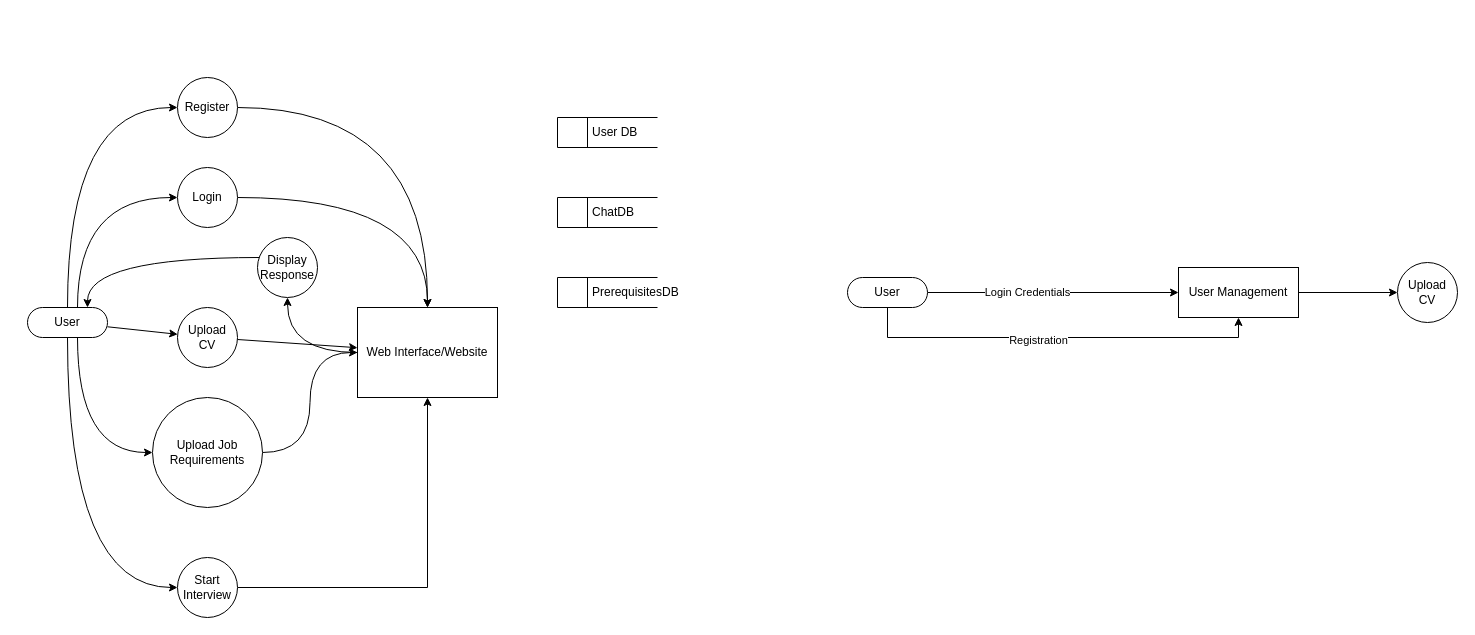
The draw.io diagram page "Data Flow Diagram" (5 of 8) of licenta.drawio in Sory-Noroc/Smart-Interview-Coach, before the edit. Source tidied: cells renumbered, new cells numbered last; positions are measured from the earlier drawing's top-left corner, leaving out a move shared by most shapes. Both pictures are drawn from the tidied source at 100%, with x=0, y=0 at pixel (27, 77).
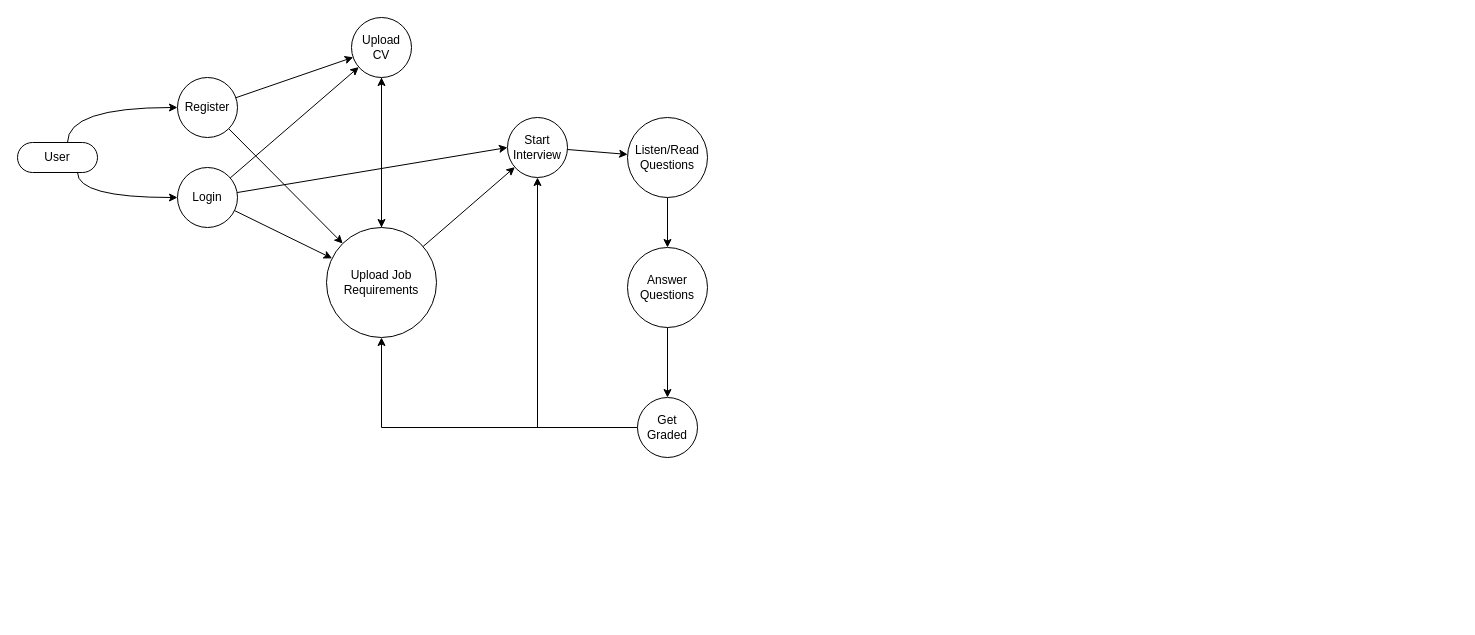
The same page after the edit.

Unchanged cells that the change refers to:
```xml
<mxCell id="9" value="Login" style="shape=ellipse;html=1;dashed=0;whiteSpace=wrap;perimeter=ellipsePerimeter;" parent="1" vertex="1">
  <mxGeometry x="150" y="90" width="60" height="60" as="geometry" />
</mxCell>
<mxCell id="11" value="Register" style="shape=ellipse;html=1;dashed=0;whiteSpace=wrap;perimeter=ellipsePerimeter;" parent="1" vertex="1">
  <mxGeometry x="150" width="60" height="60" as="geometry" />
</mxCell>
```

What changed in the source:
```diff
@@
-    <mxCell id="4" style="edgeStyle=orthogonalEdgeStyle;rounded=0;jettySize=auto;html=1;curved=1;" parent="1" edge="1" source="7" target="15">
-      <mxGeometry relative="1" as="geometry">
-        <Array as="points">
-          <mxPoint x="50" y="375" />
-        </Array>
-      </mxGeometry>
-    </mxCell>
-    <mxCell id="5" style="edgeStyle=orthogonalEdgeStyle;rounded=0;jettySize=auto;html=1;curved=1;" parent="1" edge="1" source="7" target="13">
-      <mxGeometry relative="1" as="geometry">
-        <Array as="points">
-          <mxPoint x="40" y="510" />
-        </Array>
-      </mxGeometry>
-    </mxCell>
-    <mxCell id="6" style="rounded=0;jettySize=auto;html=1;" parent="1" edge="1" source="7" target="22">
-      <mxGeometry relative="1" as="geometry" />
-    </mxCell>
     <mxCell id="7" value="User" style="html=1;dashed=0;whiteSpace=wrap;shape=mxgraph.dfd.start;" parent="1" vertex="1">
-      <mxGeometry y="230" width="80" height="30" as="geometry" />
+      <mxGeometry x="-10" y="65" width="80" height="30" as="geometry" />
     </mxCell>
-    <mxCell id="8" style="edgeStyle=orthogonalEdgeStyle;rounded=0;jettySize=auto;html=1;curved=1;" parent="1" edge="1" source="9" target="17">
-      <mxGeometry relative="1" as="geometry" />
-    </mxCell>
+    <mxCell id="33" style="rounded=0;jettySize=auto;html=1;" parent="1" edge="1" source="9" target="22">
+      <mxGeometry relative="1" as="geometry" />
+    </mxCell>
+    <mxCell id="34" style="rounded=0;jettySize=auto;html=1;entryX=0;entryY=0.5;entryDx=0;entryDy=0;" parent="1" edge="1" source="9" target="13">
+      <mxGeometry relative="1" as="geometry" />
+    </mxCell>
+    <mxCell id="35" style="rounded=0;jettySize=auto;html=1;" parent="1" edge="1" source="9" target="15">
+      <mxGeometry relative="1" as="geometry" />
+    </mxCell>
@@
-    <mxCell id="10" style="edgeStyle=orthogonalEdgeStyle;rounded=0;jettySize=auto;html=1;curved=1;" parent="1" edge="1" source="11" target="17">
-      <mxGeometry relative="1" as="geometry" />
-    </mxCell>
+    <mxCell id="36" style="rounded=0;jettySize=auto;html=1;" parent="1" edge="1" source="11" target="22">
+      <mxGeometry relative="1" as="geometry" />
+    </mxCell>
+    <mxCell id="37" style="rounded=0;jettySize=auto;html=1;" parent="1" edge="1" source="11" target="15">
+      <mxGeometry relative="1" as="geometry" />
+    </mxCell>
@@
-    <mxCell id="12" style="edgeStyle=orthogonalEdgeStyle;rounded=0;jettySize=auto;html=1;" parent="1" edge="1" source="13" target="17">
-      <mxGeometry relative="1" as="geometry" />
-    </mxCell>
+    <mxCell id="38" style="rounded=0;jettySize=auto;html=1;" parent="1" edge="1" source="13" target="43">
+      <mxGeometry relative="1" as="geometry" />
+    </mxCell>
     <mxCell id="13" value="Start Interview" style="shape=ellipse;html=1;dashed=0;whiteSpace=wrap;perimeter=ellipsePerimeter;" parent="1" vertex="1">
-      <mxGeometry x="150" y="480" width="60" height="60" as="geometry" />
+      <mxGeometry x="480" y="40" width="60" height="60" as="geometry" />
     </mxCell>
-    <mxCell id="14" style="edgeStyle=orthogonalEdgeStyle;rounded=0;jettySize=auto;html=1;curved=1;" parent="1" edge="1" source="15" target="17">
-      <mxGeometry relative="1" as="geometry" />
-    </mxCell>
+    <mxCell id="39" style="rounded=0;jettySize=auto;html=1;" parent="1" edge="1" source="15" target="13">
+      <mxGeometry relative="1" as="geometry" />
+    </mxCell>
+    <mxCell id="40" style="edgeStyle=orthogonalEdgeStyle;rounded=0;jettySize=auto;html=1;" parent="1" edge="1" source="15" target="22">
+      <mxGeometry relative="1" as="geometry" />
+    </mxCell>
-    <mxCell id="15" value="Upload Job Requirements" style="shape=ellipse;html=1;dashed=0;whiteSpace=wrap;perimeter=ellipsePerimeter;" parent="1" vertex="1">
-      <mxGeometry x="125" y="320" width="110" height="110" as="geometry" />
+    <mxCell id="15" value="Upload Job Requirements" style="shape=ellipse;html=1;dashed=0;whiteSpace=wrap;perimeter=ellipsePerimeter;direction=south;" parent="1" vertex="1">
+      <mxGeometry x="299" y="150" width="110" height="110" as="geometry" />
     </mxCell>
-    <mxCell id="16" style="edgeStyle=orthogonalEdgeStyle;rounded=0;jettySize=auto;html=1;curved=1;" parent="1" edge="1" source="17" target="20">
-      <mxGeometry relative="1" as="geometry" />
-    </mxCell>
-    <mxCell id="17" value="Web Interface/Website" style="html=1;dashed=0;whiteSpace=wrap;" parent="1" vertex="1">
-      <mxGeometry x="330" y="230" width="140" height="90" as="geometry" />
-    </mxCell>
-    <mxCell id="18" value="&lt;span style=&quot;white-space: pre;&quot;&gt;&#9;&lt;/span&gt;&amp;nbsp;User DB" style="html=1;dashed=0;whiteSpace=wrap;shape=mxgraph.dfd.dataStoreID;align=left;spacingLeft=3;" parent="1" vertex="1">
-      <mxGeometry x="530" y="40" width="100" height="30" as="geometry" />
-    </mxCell>
-    <mxCell id="19" style="rounded=0;jettySize=auto;html=1;edgeStyle=orthogonalEdgeStyle;curved=1;" parent="1" edge="1" source="20" target="7">
-      <mxGeometry relative="1" as="geometry">
-        <Array as="points">
-          <mxPoint x="60" y="180" />
-        </Array>
-      </mxGeometry>
-    </mxCell>
-    <mxCell id="20" value="Display Response" style="shape=ellipse;html=1;dashed=0;whiteSpace=wrap;perimeter=ellipsePerimeter;" parent="1" vertex="1">
-      <mxGeometry x="230" y="160" width="60" height="60" as="geometry" />
-    </mxCell>
-    <mxCell id="21" style="rounded=0;jettySize=auto;html=1;" parent="1" edge="1" source="22" target="17">
-      <mxGeometry relative="1" as="geometry" />
-    </mxCell>
+    <mxCell id="41" style="rounded=0;jettySize=auto;html=1;" parent="1" edge="1" source="22" target="15">
+      <mxGeometry relative="1" as="geometry" />
+    </mxCell>
     <mxCell id="22" value="Upload CV" style="shape=ellipse;html=1;dashed=0;whiteSpace=wrap;perimeter=ellipsePerimeter;" parent="1" vertex="1">
-      <mxGeometry x="150" y="230" width="60" height="60" as="geometry" />
+      <mxGeometry x="324" y="-60" width="60" height="60" as="geometry" />
     </mxCell>
-    <mxCell id="23" value="&lt;span style=&quot;white-space: pre;&quot;&gt;&#9;&lt;/span&gt;&amp;nbsp;ChatDB" style="html=1;dashed=0;whiteSpace=wrap;shape=mxgraph.dfd.dataStoreID;align=left;spacingLeft=3;" parent="1" vertex="1">
-      <mxGeometry x="530" y="120" width="100" height="30" as="geometry" />
-    </mxCell>
-    <mxCell id="24" value="&lt;span style=&quot;white-space: pre;&quot;&gt;&#9;&lt;/span&gt;&amp;nbsp;PrerequisitesDB" style="html=1;dashed=0;whiteSpace=wrap;shape=mxgraph.dfd.dataStoreID;align=left;spacingLeft=3;" parent="1" vertex="1">
-      <mxGeometry x="530" y="200" width="100" height="30" as="geometry" />
-    </mxCell>
-    <mxCell id="25" style="edgeStyle=orthogonalEdgeStyle;rounded=0;jettySize=auto;html=1;" parent="1" edge="1" source="29" target="31">
-      <mxGeometry relative="1" as="geometry" />
-    </mxCell>
-    <mxCell id="26" value="Login Credentials" style="edgeLabel;html=1;align=center;verticalAlign=middle;" parent="25" vertex="1">
-      <mxGeometry x="-0.21" y="1" relative="1" as="geometry" />
-    </mxCell>
-    <mxCell id="27" style="edgeStyle=orthogonalEdgeStyle;rounded=0;jettySize=auto;html=1;" parent="1" edge="1" source="29" target="31">
-      <mxGeometry relative="1" as="geometry">
-        <Array as="points">
-          <mxPoint x="860" y="260" />
-          <mxPoint x="1211" y="260" />
-        </Array>
-      </mxGeometry>
-    </mxCell>
-    <mxCell id="28" value="Registration" style="edgeLabel;html=1;align=center;verticalAlign=middle;" parent="27" vertex="1">
-      <mxGeometry x="-0.1" y="-2" relative="1" as="geometry" />
-    </mxCell>
-    <mxCell id="29" value="User" style="html=1;dashed=0;whiteSpace=wrap;shape=mxgraph.dfd.start;" parent="1" vertex="1">
-      <mxGeometry x="820" y="200" width="80" height="30" as="geometry" />
-    </mxCell>
-    <mxCell id="30" style="edgeStyle=orthogonalEdgeStyle;rounded=0;jettySize=auto;html=1;" parent="1" edge="1" source="31" target="32">
-      <mxGeometry relative="1" as="geometry" />
-    </mxCell>
-    <mxCell id="31" value="User Management" style="html=1;dashed=0;whiteSpace=wrap;" parent="1" vertex="1">
-      <mxGeometry x="1151" y="190" width="120" height="50" as="geometry" />
-    </mxCell>
-    <mxCell id="32" value="Upload CV" style="shape=ellipse;html=1;dashed=0;whiteSpace=wrap;perimeter=ellipsePerimeter;" parent="1" vertex="1">
-      <mxGeometry x="1370" y="185" width="60" height="60" as="geometry" />
-    </mxCell>
+    <mxCell id="42" style="rounded=0;jettySize=auto;html=1;" parent="1" edge="1" source="43" target="45">
+      <mxGeometry relative="1" as="geometry" />
+    </mxCell>
+    <mxCell id="43" value="Listen/Read Questions" style="shape=ellipse;html=1;dashed=0;whiteSpace=wrap;perimeter=ellipsePerimeter;" parent="1" vertex="1">
+      <mxGeometry x="600" y="40" width="80" height="80" as="geometry" />
+    </mxCell>
+    <mxCell id="44" style="rounded=0;jettySize=auto;html=1;entryX=0.5;entryY=0;entryDx=0;entryDy=0;" parent="1" edge="1" source="45" target="48">
+      <mxGeometry relative="1" as="geometry" />
+    </mxCell>
+    <mxCell id="45" value="Answer Questions" style="shape=ellipse;html=1;dashed=0;whiteSpace=wrap;perimeter=ellipsePerimeter;" parent="1" vertex="1">
+      <mxGeometry x="600" y="170" width="80" height="80" as="geometry" />
+    </mxCell>
+    <mxCell id="46" style="edgeStyle=orthogonalEdgeStyle;rounded=0;jettySize=auto;html=1;" parent="1" edge="1" source="48" target="13">
+      <mxGeometry relative="1" as="geometry" />
+    </mxCell>
+    <mxCell id="47" style="edgeStyle=orthogonalEdgeStyle;rounded=0;jettySize=auto;html=1;" parent="1" edge="1" source="48" target="15">
+      <mxGeometry relative="1" as="geometry" />
+    </mxCell>
+    <mxCell id="48" value="Get Graded" style="shape=ellipse;html=1;dashed=0;whiteSpace=wrap;perimeter=ellipsePerimeter;" parent="1" vertex="1">
+      <mxGeometry x="610" y="320" width="60" height="60" as="geometry" />
+    </mxCell>
```
